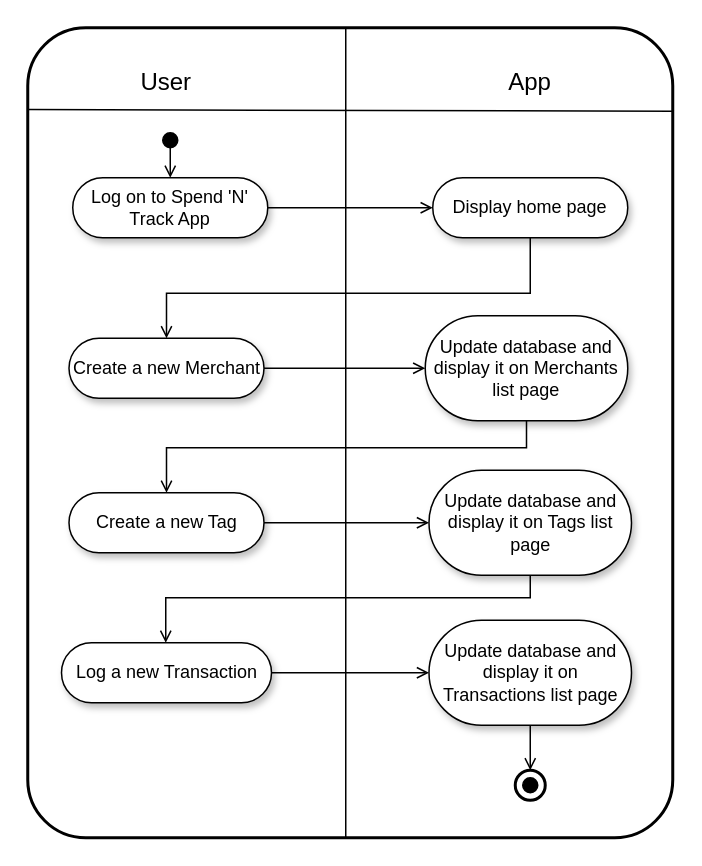
Above: week_05_solo_project/activity_diagram.drawio in Strd79/pda_screenshots (draw.io), before the change. Source tidied: cells renumbered, new cells numbered last; positions are measured from the earlier drawing's top-left corner, leaving out a move shared by most shapes. Both pictures are drawn from the tidied source at 150%, with x=0, y=0 at pixel (27, 27).
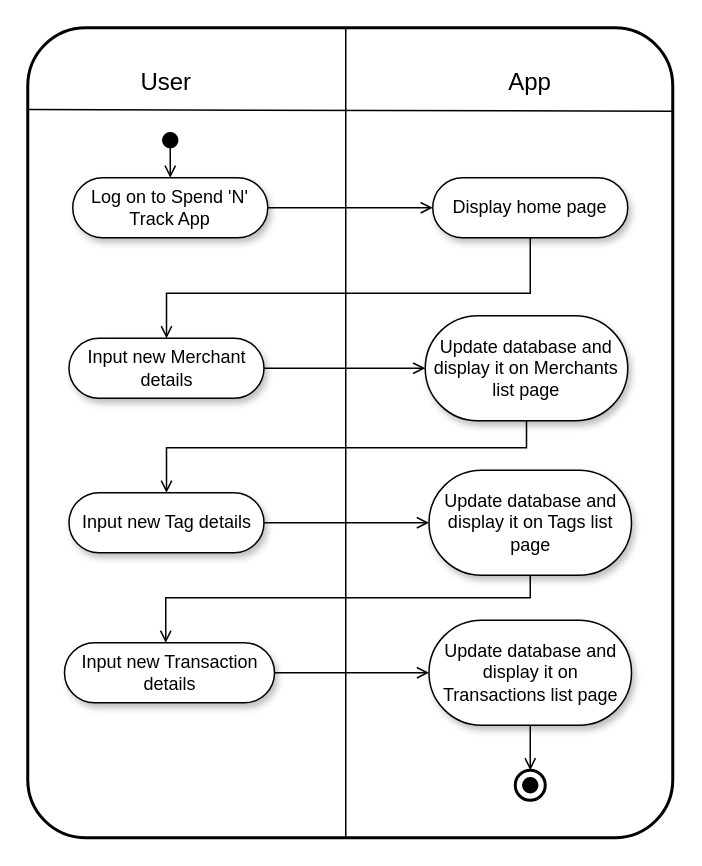
After the change.

Change to the diagram source:
```diff
@@
-    <mxCell id="9" value="Create a new Tag" style="rounded=1;whiteSpace=wrap;html=1;fillColor=#FFFFFF;arcSize=50;shadow=1;" parent="1" vertex="1">
+    <mxCell id="9" value="Input new Tag details" style="rounded=1;whiteSpace=wrap;html=1;fillColor=#FFFFFF;arcSize=50;shadow=1;" parent="1" vertex="1">
       <mxGeometry x="27.5" y="310" width="130" height="40" as="geometry" />
     </mxCell>
@@
-    <mxCell id="13" value="Create a new Merchant" style="rounded=1;whiteSpace=wrap;html=1;fillColor=#FFFFFF;arcSize=50;shadow=1;" parent="1" vertex="1">
+    <mxCell id="13" value="Input new Merchant details" style="rounded=1;whiteSpace=wrap;html=1;fillColor=#FFFFFF;arcSize=50;shadow=1;" parent="1" vertex="1">
       <mxGeometry x="27.5" y="207" width="130" height="40" as="geometry" />
     </mxCell>
@@
-    <mxCell id="17" value="Log a new Transaction" style="rounded=1;whiteSpace=wrap;html=1;fillColor=#FFFFFF;arcSize=50;shadow=1;" parent="1" vertex="1">
-      <mxGeometry x="22.5" y="410" width="140" height="40" as="geometry" />
+    <mxCell id="17" value="Input new Transaction details" style="rounded=1;whiteSpace=wrap;html=1;fillColor=#FFFFFF;arcSize=50;shadow=1;" parent="1" vertex="1">
+      <mxGeometry x="24.5" y="410" width="140" height="40" as="geometry" />
     </mxCell>
```
